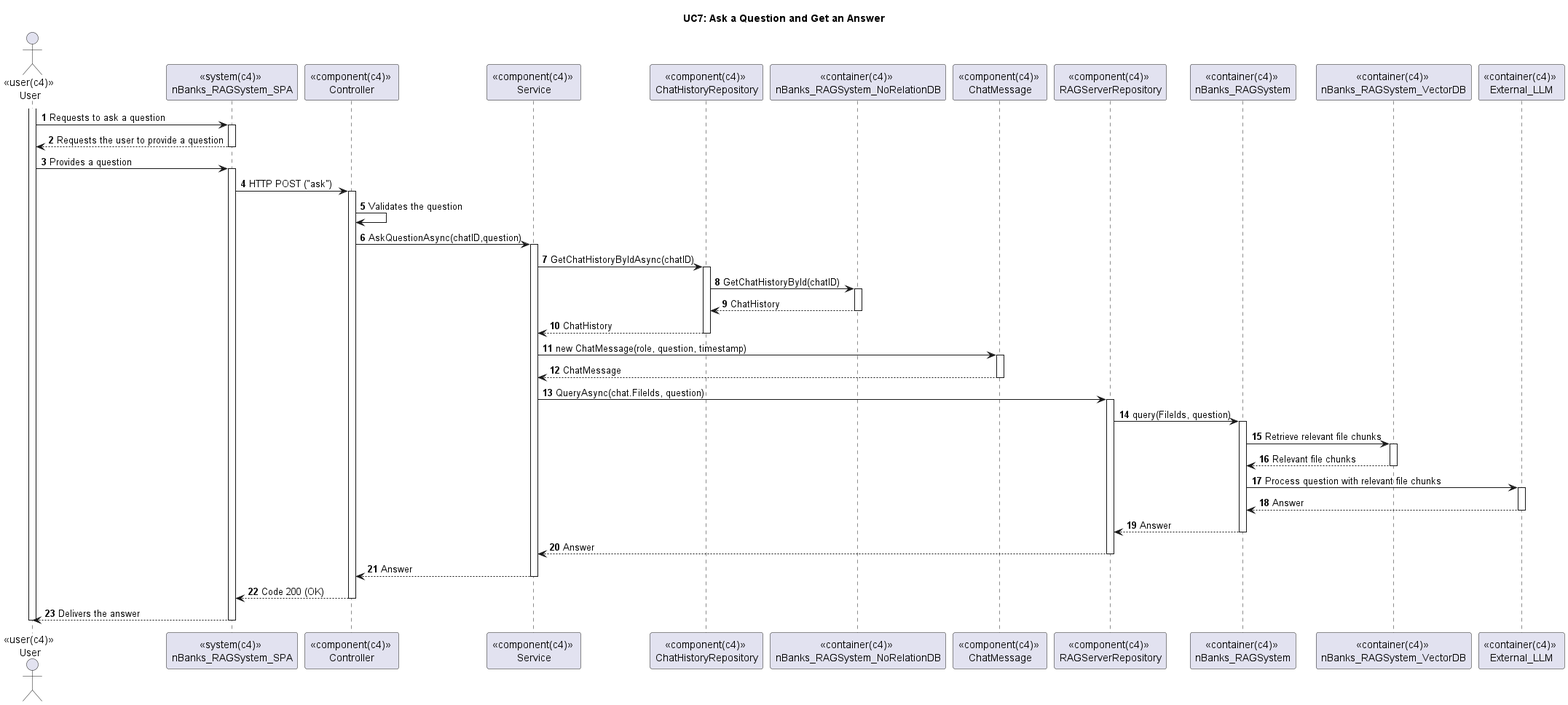
Earlier version of the PlantUML export out/UC7/Level3/Level3.png (Ana6363/RAGSystem_Wiki).
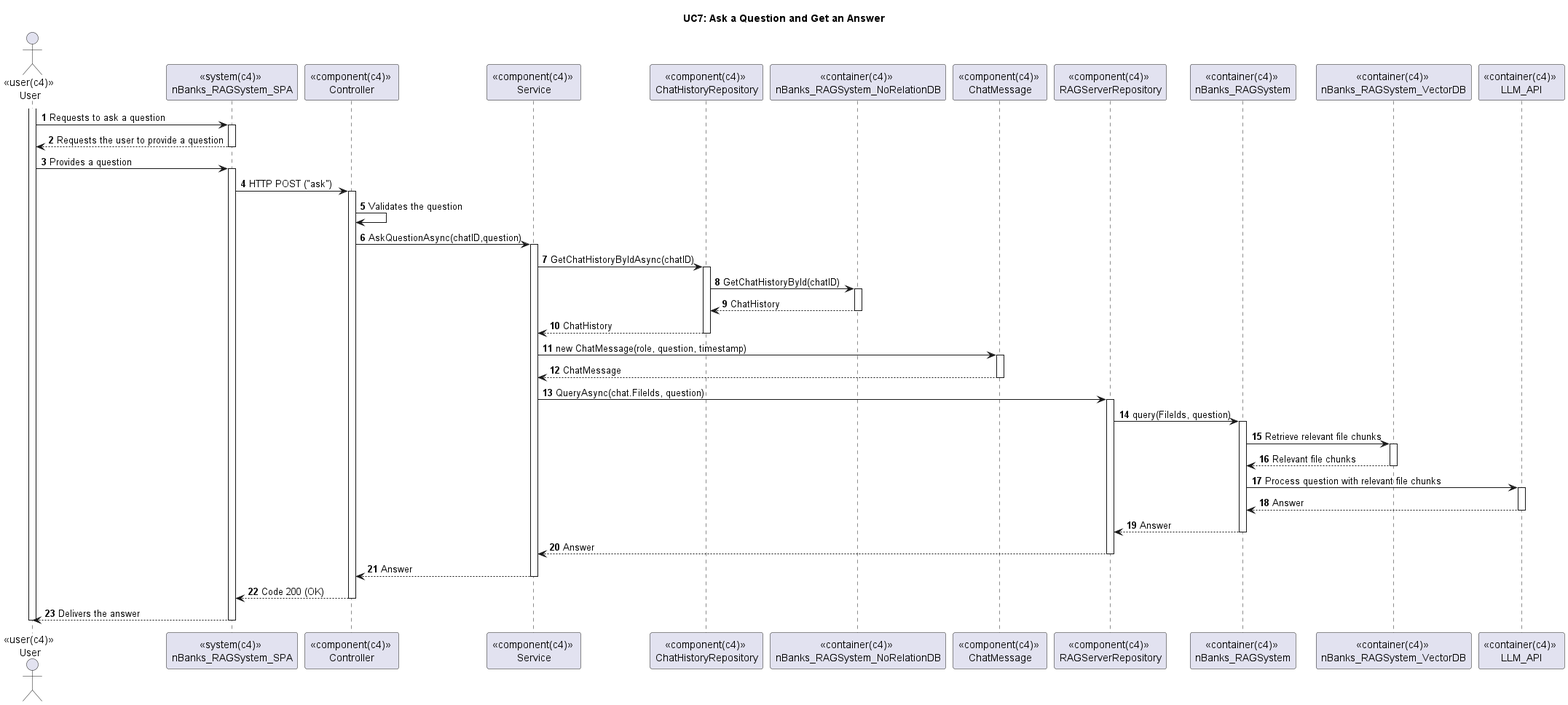
Later version of the same file.

Commit message:
changes made to diagrams

The edit, as a diff of the source:
```diff
@@ -15,7 +15,7 @@
 participant "<<component(c4)>> \nRAGServerRepository" as RAGrepository
 participant "<<container(c4)>> \nnBanks_RAGSystem" as ai
 participant "<<container(c4)>> \nnBanks_RAGSystem_VectorDB" as db2
-participant "<<container(c4)>> \nExternal_LLM" as llm
+participant "<<container(c4)>> \nLLM_API" as llm
 
 
 activate user
```
